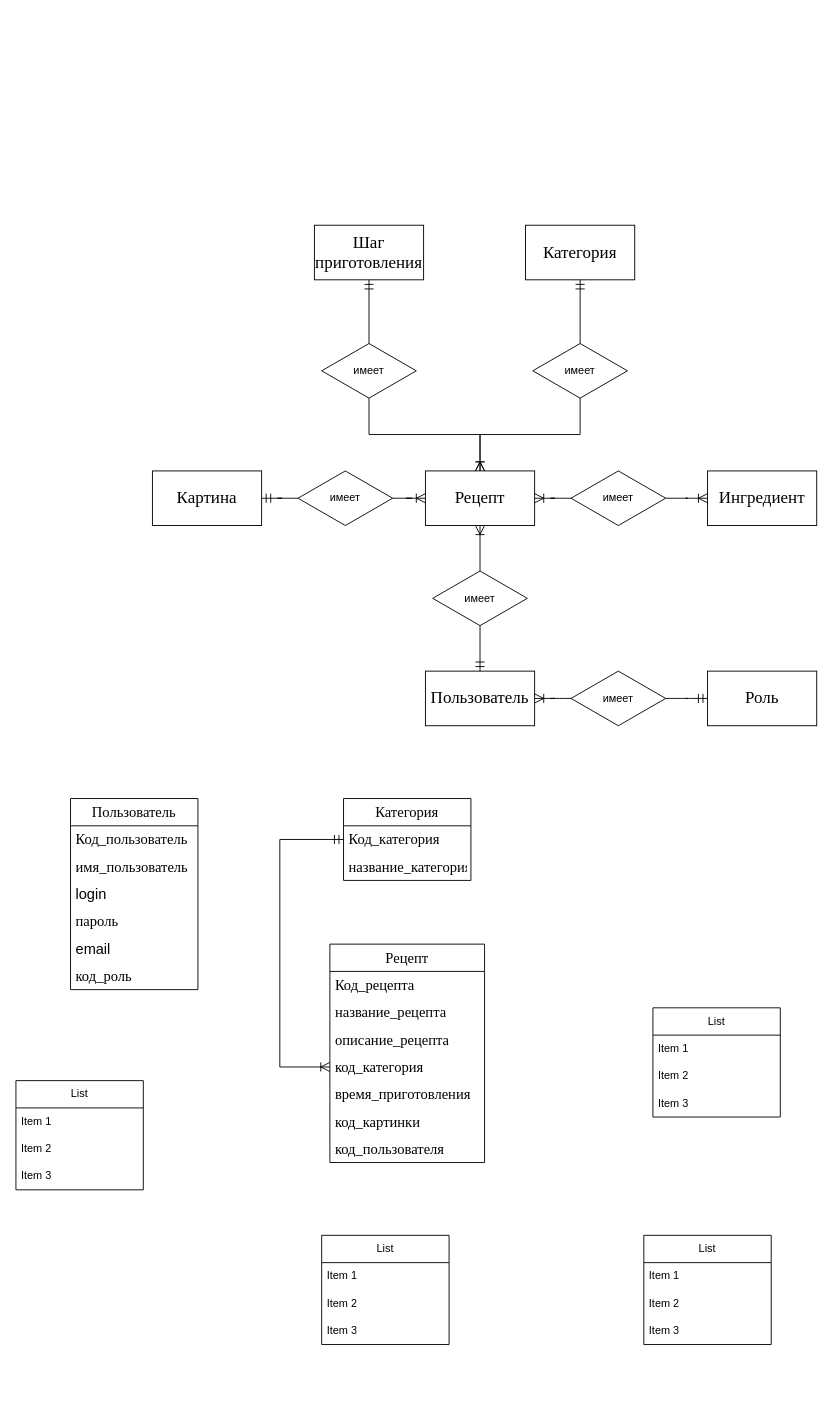
This is модель.drawio from AlenaRaays/CulnryBookUP, a draw.io file, before an edit. Source tidied: cells renumbered, new cells numbered last; positions are measured from the earlier drawing's top-left corner, leaving out a move shared by most shapes. Both pictures are drawn from the tidied source at 91%, with x=0, y=0 at pixel (15, 225).
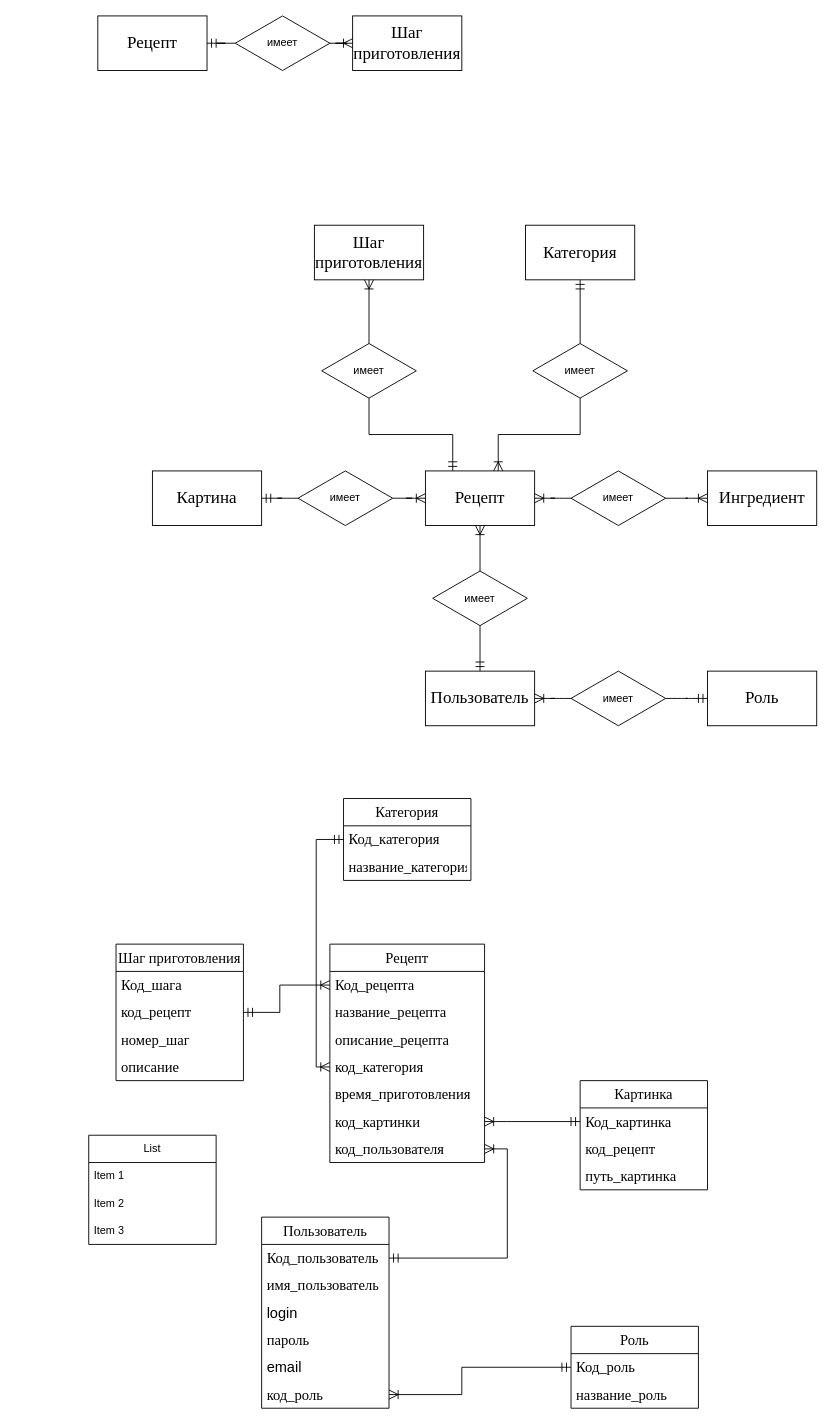
The same diagram, later.

The change refers to these unchanged cells:
```xml
<mxCell id="7" value="&lt;font face=&quot;Times New Roman, serif&quot;&gt;&lt;span style=&quot;font-size: 18.6667px;&quot;&gt;Рецепт&lt;/span&gt;&lt;/font&gt;" style="rounded=0;whiteSpace=wrap;html=1;" parent="1" vertex="1">
  <mxGeometry x="450" y="270" width="120" height="60" as="geometry" />
</mxCell>
<mxCell id="19" value="имеет" style="rhombus;whiteSpace=wrap;html=1;" parent="1" vertex="1">
  <mxGeometry x="336" y="130" width="104" height="60" as="geometry" />
</mxCell>
<mxCell id="20" value="&lt;font face=&quot;Times New Roman, serif&quot;&gt;&lt;span style=&quot;font-size: 18.6667px;&quot;&gt;Шаг приготовления&lt;/span&gt;&lt;/font&gt;" style="rounded=0;whiteSpace=wrap;html=1;" parent="1" vertex="1">
  <mxGeometry x="328" width="120" height="60" as="geometry" />
</mxCell>
<mxCell id="24" value="имеет" style="rhombus;whiteSpace=wrap;html=1;" parent="1" vertex="1">
  <mxGeometry x="568" y="130" width="104" height="60" as="geometry" />
</mxCell>
<mxCell id="29" value="&lt;span style=&quot;font-size:12.0pt;font-family:&amp;quot;Times New Roman&amp;quot;,serif;&lt;br/&gt;mso-fareast-font-family:Calibri;mso-fareast-theme-font:minor-latin;mso-bidi-theme-font:&lt;br/&gt;minor-bidi;mso-ansi-language:RU;mso-fareast-language:EN-US;mso-bidi-language:&lt;br/&gt;AR-SA&quot;&gt;Код_рецепта&lt;/span&gt;" style="text;strokeColor=none;fillColor=none;align=left;verticalAlign=middle;spacingLeft=4;spacingRight=4;overflow=hidden;points=[[0,0.5],[1,0.5]];portConstraint=eastwest;whiteSpace=wrap;html=1;" parent="28" vertex="1">
  <mxGeometry y="30" width="170" height="30" as="geometry" />
</mxCell>
<mxCell id="32" value="&lt;span style=&quot;font-size:12.0pt;font-family:&amp;quot;Times New Roman&amp;quot;,serif;&lt;br/&gt;mso-fareast-font-family:Calibri;mso-fareast-theme-font:minor-latin;mso-bidi-theme-font:&lt;br/&gt;minor-bidi;mso-ansi-language:RU;mso-fareast-language:EN-US;mso-bidi-language:&lt;br/&gt;AR-SA&quot;&gt;код_категория&lt;/span&gt;" style="text;strokeColor=none;fillColor=none;align=left;verticalAlign=middle;spacingLeft=4;spacingRight=4;overflow=hidden;points=[[0,0.5],[1,0.5]];portConstraint=eastwest;whiteSpace=wrap;html=1;" parent="28" vertex="1">
  <mxGeometry y="120" width="170" height="30" as="geometry" />
</mxCell>
<mxCell id="34" value="&lt;span style=&quot;font-size:12.0pt;font-family:&amp;quot;Times New Roman&amp;quot;,serif;&lt;br/&gt;mso-fareast-font-family:Calibri;mso-fareast-theme-font:minor-latin;mso-bidi-theme-font:&lt;br/&gt;minor-bidi;mso-ansi-language:RU;mso-fareast-language:EN-US;mso-bidi-language:&lt;br/&gt;AR-SA&quot;&gt;код_картинки&lt;/span&gt;" style="text;strokeColor=none;fillColor=none;align=left;verticalAlign=middle;spacingLeft=4;spacingRight=4;overflow=hidden;points=[[0,0.5],[1,0.5]];portConstraint=eastwest;whiteSpace=wrap;html=1;" parent="28" vertex="1">
  <mxGeometry y="180" width="170" height="30" as="geometry" />
</mxCell>
<mxCell id="35" value="&lt;span style=&quot;font-size:12.0pt;font-family:&amp;quot;Times New Roman&amp;quot;,serif;&lt;br/&gt;mso-fareast-font-family:Calibri;mso-fareast-theme-font:minor-latin;mso-bidi-theme-font:&lt;br/&gt;minor-bidi;mso-ansi-language:RU;mso-fareast-language:EN-US;mso-bidi-language:&lt;br/&gt;AR-SA&quot;&gt;код_пользователя&lt;/span&gt;" style="text;strokeColor=none;fillColor=none;align=left;verticalAlign=middle;spacingLeft=4;spacingRight=4;overflow=hidden;points=[[0,0.5],[1,0.5]];portConstraint=eastwest;whiteSpace=wrap;html=1;" parent="28" vertex="1">
  <mxGeometry y="210" width="170" height="30" as="geometry" />
</mxCell>
<mxCell id="37" value="&lt;span style=&quot;font-size:12.0pt;font-family:&amp;quot;Times New Roman&amp;quot;,serif;&lt;br/&gt;mso-fareast-font-family:Calibri;mso-fareast-theme-font:minor-latin;mso-bidi-theme-font:&lt;br/&gt;minor-bidi;mso-ansi-language:RU;mso-fareast-language:EN-US;mso-bidi-language:&lt;br/&gt;AR-SA&quot;&gt;Код_категория&lt;/span&gt;" style="text;strokeColor=none;fillColor=none;align=left;verticalAlign=middle;spacingLeft=4;spacingRight=4;overflow=hidden;points=[[0,0.5],[1,0.5]];portConstraint=eastwest;whiteSpace=wrap;html=1;" parent="36" vertex="1">
  <mxGeometry y="30" width="140" height="30" as="geometry" />
</mxCell>
<mxCell id="44" value="&lt;span style=&quot;font-size:12.0pt;font-family:&amp;quot;Times New Roman&amp;quot;,serif;&lt;br/&gt;mso-fareast-font-family:Calibri;mso-fareast-theme-font:minor-latin;mso-bidi-theme-font:&lt;br/&gt;minor-bidi;mso-ansi-language:RU;mso-fareast-language:EN-US;mso-bidi-language:&lt;br/&gt;AR-SA&quot;&gt;Код_пользователь&lt;/span&gt;" style="text;strokeColor=none;fillColor=none;align=left;verticalAlign=middle;spacingLeft=4;spacingRight=4;overflow=hidden;points=[[0,0.5],[1,0.5]];portConstraint=eastwest;whiteSpace=wrap;html=1;" parent="43" vertex="1">
  <mxGeometry y="30" width="140" height="30" as="geometry" />
</mxCell>
<mxCell id="49" value="&lt;span style=&quot;font-size:12.0pt;font-family:&amp;quot;Times New Roman&amp;quot;,serif;&lt;br/&gt;mso-fareast-font-family:&amp;quot;Yu Mincho&amp;quot;;mso-fareast-theme-font:minor-fareast;&lt;br/&gt;mso-bidi-theme-font:minor-bidi;mso-ansi-language:RU;mso-fareast-language:JA;&lt;br/&gt;mso-bidi-language:AR-SA&quot;&gt;код_роль&lt;/span&gt;" style="text;strokeColor=none;fillColor=none;align=left;verticalAlign=middle;spacingLeft=4;spacingRight=4;overflow=hidden;points=[[0,0.5],[1,0.5]];portConstraint=eastwest;whiteSpace=wrap;html=1;" parent="43" vertex="1">
  <mxGeometry y="180" width="140" height="30" as="geometry" />
</mxCell>
```

What changed in the source:
```diff
@@
-    <mxCell id="21" style="fontSize=12;html=1;endArrow=ERoneToMany;rounded=0;startSize=8;endSize=8;entryX=0.5;entryY=0;entryDx=0;entryDy=0;exitX=0.5;exitY=1;exitDx=0;exitDy=0;edgeStyle=orthogonalEdgeStyle;" parent="1" edge="1" source="19" target="7">
-      <mxGeometry relative="1" as="geometry" />
+    <mxCell id="21" style="fontSize=12;html=1;endArrow=ERmandOne;rounded=0;startSize=8;endSize=8;exitX=0.5;exitY=1;exitDx=0;exitDy=0;edgeStyle=orthogonalEdgeStyle;endFill=0;" parent="1" edge="1" source="19" target="7">
+      <mxGeometry relative="1" as="geometry">
+        <Array as="points">
+          <mxPoint x="388" y="230" />
+          <mxPoint x="480" y="230" />
+        </Array>
+      </mxGeometry>
     </mxCell>
@@
-    <mxCell id="23" style="fontSize=12;html=1;endArrow=ERmandOne;rounded=0;startSize=8;endSize=8;entryX=0.5;entryY=1;entryDx=0;entryDy=0;exitX=0.5;exitY=0;exitDx=0;exitDy=0;" parent="1" edge="1" source="19" target="20">
+    <mxCell id="23" style="fontSize=12;html=1;endArrow=ERoneToMany;rounded=0;startSize=8;endSize=8;entryX=0.5;entryY=1;entryDx=0;entryDy=0;exitX=0.5;exitY=0;exitDx=0;exitDy=0;endFill=0;" parent="1" edge="1" source="19" target="20">
       <mxGeometry relative="1" as="geometry" />
     </mxCell>
@@
-    <mxCell id="26" style="fontSize=12;html=1;endArrow=ERoneToMany;rounded=0;startSize=8;endSize=8;entryX=0.5;entryY=0;entryDx=0;entryDy=0;exitX=0.5;exitY=1;exitDx=0;exitDy=0;edgeStyle=orthogonalEdgeStyle;" parent="1" edge="1" source="24" target="7">
-      <mxGeometry relative="1" as="geometry" />
+    <mxCell id="26" style="fontSize=12;html=1;endArrow=ERoneToMany;rounded=0;startSize=8;endSize=8;exitX=0.5;exitY=1;exitDx=0;exitDy=0;edgeStyle=orthogonalEdgeStyle;" parent="1" edge="1" source="24" target="7">
+      <mxGeometry relative="1" as="geometry">
+        <Array as="points">
+          <mxPoint x="620" y="230" />
+          <mxPoint x="530" y="230" />
+        </Array>
+      </mxGeometry>
     </mxCell>
@@
-    <mxCell id="39" value="List" style="swimlane;fontStyle=0;horizontal=1;startSize=30;whiteSpace=wrap;html=1;" parent="1" vertex="1">
-      <mxGeometry y="940" width="140" height="120" as="geometry" />
+    <mxCell id="39" value="&lt;span style=&quot;font-size:12.0pt;font-family:&amp;quot;Times New Roman&amp;quot;,serif;&lt;br/&gt;mso-fareast-font-family:Calibri;mso-fareast-theme-font:minor-latin;mso-bidi-theme-font:&lt;br/&gt;minor-bidi;mso-ansi-language:RU;mso-fareast-language:EN-US;mso-bidi-language:&lt;br/&gt;AR-SA&quot;&gt;Шаг приготовления&lt;/span&gt;" style="swimlane;fontStyle=0;horizontal=1;startSize=30;whiteSpace=wrap;html=1;" parent="1" vertex="1">
+      <mxGeometry x="110" y="790" width="140" height="150" as="geometry" />
     </mxCell>
-    <mxCell id="40" value="Item 1" style="text;strokeColor=none;fillColor=none;align=left;verticalAlign=middle;spacingLeft=4;spacingRight=4;overflow=hidden;whiteSpace=wrap;html=1;" parent="39" vertex="1">
+    <mxCell id="40" value="&lt;span style=&quot;font-size:12.0pt;font-family:&amp;quot;Times New Roman&amp;quot;,serif;&lt;br/&gt;mso-fareast-font-family:Calibri;mso-fareast-theme-font:minor-latin;mso-bidi-theme-font:&lt;br/&gt;minor-bidi;mso-ansi-language:RU;mso-fareast-language:EN-US;mso-bidi-language:&lt;br/&gt;AR-SA&quot;&gt;Код_шага&lt;/span&gt;" style="text;strokeColor=none;fillColor=none;align=left;verticalAlign=middle;spacingLeft=4;spacingRight=4;overflow=hidden;whiteSpace=wrap;html=1;" parent="39" vertex="1">
       <mxGeometry y="30" width="140" height="30" as="geometry" />
     </mxCell>
-    <mxCell id="41" value="Item 2" style="text;strokeColor=none;fillColor=none;align=left;verticalAlign=middle;spacingLeft=4;spacingRight=4;overflow=hidden;points=[[0,0.5],[1,0.5]];portConstraint=eastwest;whiteSpace=wrap;html=1;" parent="39" vertex="1">
+    <mxCell id="41" value="&lt;span style=&quot;font-size:12.0pt;font-family:&amp;quot;Times New Roman&amp;quot;,serif;&lt;br/&gt;mso-fareast-font-family:Calibri;mso-fareast-theme-font:minor-latin;mso-bidi-theme-font:&lt;br/&gt;minor-bidi;mso-ansi-language:RU;mso-fareast-language:EN-US;mso-bidi-language:&lt;br/&gt;AR-SA&quot;&gt;код_рецепт&lt;/span&gt;" style="text;strokeColor=none;fillColor=none;align=left;verticalAlign=middle;spacingLeft=4;spacingRight=4;overflow=hidden;points=[[0,0.5],[1,0.5]];portConstraint=eastwest;whiteSpace=wrap;html=1;" parent="39" vertex="1">
       <mxGeometry y="60" width="140" height="30" as="geometry" />
     </mxCell>
-    <mxCell id="42" value="Item 3" style="text;strokeColor=none;fillColor=none;align=left;verticalAlign=middle;spacingLeft=4;spacingRight=4;overflow=hidden;whiteSpace=wrap;html=1;" parent="39" vertex="1">
+    <mxCell id="42" value="&lt;span style=&quot;font-size:12.0pt;font-family:&amp;quot;Times New Roman&amp;quot;,serif;&lt;br/&gt;mso-fareast-font-family:Calibri;mso-fareast-theme-font:minor-latin;mso-bidi-theme-font:&lt;br/&gt;minor-bidi;mso-ansi-language:RU;mso-fareast-language:EN-US;mso-bidi-language:&lt;br/&gt;AR-SA&quot;&gt;номер_шаг&lt;/span&gt;" style="text;strokeColor=none;fillColor=none;align=left;verticalAlign=middle;spacingLeft=4;spacingRight=4;overflow=hidden;whiteSpace=wrap;html=1;" parent="39" vertex="1">
       <mxGeometry y="90" width="140" height="30" as="geometry" />
     </mxCell>
+    <mxCell id="63" value="&lt;span style=&quot;font-size:12.0pt;font-family:&amp;quot;Times New Roman&amp;quot;,serif;&lt;br/&gt;mso-fareast-font-family:Calibri;mso-fareast-theme-font:minor-latin;mso-bidi-theme-font:&lt;br/&gt;minor-bidi;mso-ansi-language:RU;mso-fareast-language:EN-US;mso-bidi-language:&lt;br/&gt;AR-SA&quot;&gt;описание&lt;/span&gt;" style="text;strokeColor=none;fillColor=none;align=left;verticalAlign=middle;spacingLeft=4;spacingRight=4;overflow=hidden;whiteSpace=wrap;html=1;" parent="39" vertex="1">
+      <mxGeometry y="120" width="140" height="30" as="geometry" />
+    </mxCell>
     <mxCell id="43" value="&lt;span style=&quot;font-size:12.0pt;font-family:&amp;quot;Times New Roman&amp;quot;,serif;&lt;br/&gt;mso-fareast-font-family:Calibri;mso-fareast-theme-font:minor-latin;mso-bidi-theme-font:&lt;br/&gt;minor-bidi;mso-ansi-language:RU;mso-fareast-language:EN-US;mso-bidi-language:&lt;br/&gt;AR-SA&quot;&gt;Пользователь&lt;/span&gt;" style="swimlane;fontStyle=0;horizontal=1;startSize=30;whiteSpace=wrap;html=1;" parent="1" vertex="1">
-      <mxGeometry x="60" y="630" width="140" height="210" as="geometry" />
+      <mxGeometry x="270" y="1090" width="140" height="210" as="geometry" />
     </mxCell>
@@
-    <mxCell id="50" value="List" style="swimlane;fontStyle=0;horizontal=1;startSize=30;whiteSpace=wrap;html=1;" parent="1" vertex="1">
-      <mxGeometry x="700" y="860" width="140" height="120" as="geometry" />
+    <mxCell id="50" value="&lt;span style=&quot;font-size:12.0pt;font-family:&amp;quot;Times New Roman&amp;quot;,serif;&lt;br/&gt;mso-fareast-font-family:Calibri;mso-fareast-theme-font:minor-latin;mso-bidi-theme-font:&lt;br/&gt;minor-bidi;mso-ansi-language:RU;mso-fareast-language:EN-US;mso-bidi-language:&lt;br/&gt;AR-SA&quot;&gt;Картинка&lt;/span&gt;" style="swimlane;fontStyle=0;horizontal=1;startSize=30;whiteSpace=wrap;html=1;" parent="1" vertex="1">
+      <mxGeometry x="620" y="940" width="140" height="120" as="geometry" />
     </mxCell>
-    <mxCell id="51" value="Item 1" style="text;strokeColor=none;fillColor=none;align=left;verticalAlign=middle;spacingLeft=4;spacingRight=4;overflow=hidden;points=[[0,0.5],[1,0.5]];portConstraint=eastwest;whiteSpace=wrap;html=1;" parent="50" vertex="1">
+    <mxCell id="51" value="&lt;span style=&quot;font-size:12.0pt;font-family:&amp;quot;Times New Roman&amp;quot;,serif;&lt;br/&gt;mso-fareast-font-family:Calibri;mso-fareast-theme-font:minor-latin;mso-bidi-theme-font:&lt;br/&gt;minor-bidi;mso-ansi-language:RU;mso-fareast-language:EN-US;mso-bidi-language:&lt;br/&gt;AR-SA&quot;&gt;Код_картинка&lt;/span&gt;" style="text;strokeColor=none;fillColor=none;align=left;verticalAlign=middle;spacingLeft=4;spacingRight=4;overflow=hidden;points=[[0,0.5],[1,0.5]];portConstraint=eastwest;whiteSpace=wrap;html=1;" parent="50" vertex="1">
       <mxGeometry y="30" width="140" height="30" as="geometry" />
     </mxCell>
-    <mxCell id="52" value="Item 2" style="text;strokeColor=none;fillColor=none;align=left;verticalAlign=middle;spacingLeft=4;spacingRight=4;overflow=hidden;whiteSpace=wrap;html=1;" parent="50" vertex="1">
+    <mxCell id="52" value="&lt;span style=&quot;font-size:12.0pt;font-family:&amp;quot;Times New Roman&amp;quot;,serif;&lt;br/&gt;mso-fareast-font-family:Calibri;mso-fareast-theme-font:minor-latin;mso-bidi-theme-font:&lt;br/&gt;minor-bidi;mso-ansi-language:RU;mso-fareast-language:EN-US;mso-bidi-language:&lt;br/&gt;AR-SA&quot;&gt;код_рецепт&lt;/span&gt;" style="text;strokeColor=none;fillColor=none;align=left;verticalAlign=middle;spacingLeft=4;spacingRight=4;overflow=hidden;whiteSpace=wrap;html=1;" parent="50" vertex="1">
       <mxGeometry y="60" width="140" height="30" as="geometry" />
     </mxCell>
-    <mxCell id="53" value="Item 3" style="text;strokeColor=none;fillColor=none;align=left;verticalAlign=middle;spacingLeft=4;spacingRight=4;overflow=hidden;whiteSpace=wrap;html=1;" parent="50" vertex="1">
+    <mxCell id="53" value="&lt;span style=&quot;font-size:12.0pt;font-family:&amp;quot;Times New Roman&amp;quot;,serif;&lt;br/&gt;mso-fareast-font-family:Calibri;mso-fareast-theme-font:minor-latin;mso-bidi-theme-font:&lt;br/&gt;minor-bidi;mso-ansi-language:RU;mso-fareast-language:EN-US;mso-bidi-language:&lt;br/&gt;AR-SA&quot;&gt;путь_картинка&lt;/span&gt;" style="text;strokeColor=none;fillColor=none;align=left;verticalAlign=middle;spacingLeft=4;spacingRight=4;overflow=hidden;whiteSpace=wrap;html=1;" parent="50" vertex="1">
       <mxGeometry y="90" width="140" height="30" as="geometry" />
     </mxCell>
     <mxCell id="54" value="List" style="swimlane;fontStyle=0;horizontal=1;startSize=30;whiteSpace=wrap;html=1;" parent="1" vertex="1">
-      <mxGeometry x="336" y="1110" width="140" height="120" as="geometry" />
+      <mxGeometry x="80" y="1000" width="140" height="120" as="geometry" />
     </mxCell>
@@
-    <mxCell id="58" value="List" style="swimlane;fontStyle=0;horizontal=1;startSize=30;whiteSpace=wrap;html=1;" parent="1" vertex="1">
-      <mxGeometry x="690" y="1110" width="140" height="120" as="geometry" />
+    <mxCell id="58" value="&lt;span style=&quot;font-size:12.0pt;font-family:&amp;quot;Times New Roman&amp;quot;,serif;&lt;br/&gt;mso-fareast-font-family:Calibri;mso-fareast-theme-font:minor-latin;mso-bidi-theme-font:&lt;br/&gt;minor-bidi;mso-ansi-language:RU;mso-fareast-language:EN-US;mso-bidi-language:&lt;br/&gt;AR-SA&quot;&gt;Роль&lt;/span&gt;" style="swimlane;fontStyle=0;horizontal=1;startSize=30;whiteSpace=wrap;html=1;" parent="1" vertex="1">
+      <mxGeometry x="610" y="1210" width="140" height="90" as="geometry" />
     </mxCell>
-    <mxCell id="59" value="Item 1" style="text;strokeColor=none;fillColor=none;align=left;verticalAlign=middle;spacingLeft=4;spacingRight=4;overflow=hidden;points=[[0,0.5],[1,0.5]];portConstraint=eastwest;whiteSpace=wrap;html=1;" parent="58" vertex="1">
+    <mxCell id="59" value="&lt;span style=&quot;font-size:12.0pt;font-family:&amp;quot;Times New Roman&amp;quot;,serif;&lt;br/&gt;mso-fareast-font-family:Calibri;mso-fareast-theme-font:minor-latin;mso-bidi-theme-font:&lt;br/&gt;minor-bidi;mso-ansi-language:RU;mso-fareast-language:EN-US;mso-bidi-language:&lt;br/&gt;AR-SA&quot;&gt;Код_роль&lt;/span&gt;" style="text;strokeColor=none;fillColor=none;align=left;verticalAlign=middle;spacingLeft=4;spacingRight=4;overflow=hidden;points=[[0,0.5],[1,0.5]];portConstraint=eastwest;whiteSpace=wrap;html=1;" parent="58" vertex="1">
       <mxGeometry y="30" width="140" height="30" as="geometry" />
     </mxCell>
-    <mxCell id="60" value="Item 2" style="text;strokeColor=none;fillColor=none;align=left;verticalAlign=middle;spacingLeft=4;spacingRight=4;overflow=hidden;whiteSpace=wrap;html=1;" parent="58" vertex="1">
+    <mxCell id="60" value="&lt;span style=&quot;font-size:12.0pt;font-family:&amp;quot;Times New Roman&amp;quot;,serif;&lt;br/&gt;mso-fareast-font-family:Calibri;mso-fareast-theme-font:minor-latin;mso-bidi-theme-font:&lt;br/&gt;minor-bidi;mso-ansi-language:RU;mso-fareast-language:EN-US;mso-bidi-language:&lt;br/&gt;AR-SA&quot;&gt;название_роль&lt;/span&gt;" style="text;strokeColor=none;fillColor=none;align=left;verticalAlign=middle;spacingLeft=4;spacingRight=4;overflow=hidden;whiteSpace=wrap;html=1;" parent="58" vertex="1">
       <mxGeometry y="60" width="140" height="30" as="geometry" />
     </mxCell>
-    <mxCell id="61" value="Item 3" style="text;strokeColor=none;fillColor=none;align=left;verticalAlign=middle;spacingLeft=4;spacingRight=4;overflow=hidden;whiteSpace=wrap;html=1;" parent="58" vertex="1">
-      <mxGeometry y="90" width="140" height="30" as="geometry" />
-    </mxCell>
     <mxCell id="62" style="edgeStyle=orthogonalEdgeStyle;fontSize=12;html=1;endArrow=ERoneToMany;startArrow=ERmandOne;rounded=0;startSize=8;endSize=8;entryX=0;entryY=0.5;entryDx=0;entryDy=0;exitX=0;exitY=0.5;exitDx=0;exitDy=0;" parent="1" edge="1" source="37" target="32">
       <mxGeometry relative="1" as="geometry">
         <Array as="points">
-          <mxPoint x="290" y="675" />
-          <mxPoint x="290" y="925" />
+          <mxPoint x="330" y="675" />
+          <mxPoint x="330" y="925" />
         </Array>
       </mxGeometry>
     </mxCell>
+    <mxCell id="64" style="edgeStyle=orthogonalEdgeStyle;fontSize=12;html=1;endArrow=ERoneToMany;startArrow=ERmandOne;rounded=0;startSize=8;endSize=8;exitX=1;exitY=0.5;exitDx=0;exitDy=0;entryX=1;entryY=0.5;entryDx=0;entryDy=0;" parent="1" edge="1" source="44" target="35">
+      <mxGeometry relative="1" as="geometry">
+        <Array as="points">
+          <mxPoint x="540" y="1135" />
+          <mxPoint x="540" y="1015" />
+        </Array>
+      </mxGeometry>
+    </mxCell>
+    <mxCell id="65" style="edgeStyle=orthogonalEdgeStyle;fontSize=12;html=1;endArrow=ERoneToMany;startArrow=ERmandOne;rounded=0;startSize=8;endSize=8;exitX=0;exitY=0.5;exitDx=0;exitDy=0;entryX=1;entryY=0.5;entryDx=0;entryDy=0;" parent="1" edge="1" source="59" target="49">
+      <mxGeometry relative="1" as="geometry">
+        <Array as="points">
+          <mxPoint x="490" y="1255" />
+          <mxPoint x="490" y="1285" />
+        </Array>
+      </mxGeometry>
+    </mxCell>
+    <mxCell id="66" style="edgeStyle=orthogonalEdgeStyle;fontSize=12;html=1;endArrow=ERoneToMany;startArrow=ERmandOne;rounded=0;startSize=8;endSize=8;exitX=0;exitY=0.5;exitDx=0;exitDy=0;entryX=1;entryY=0.5;entryDx=0;entryDy=0;" parent="1" edge="1" source="51" target="34">
+      <mxGeometry relative="1" as="geometry">
+        <Array as="points">
+          <mxPoint x="540" y="985" />
+          <mxPoint x="540" y="985" />
+        </Array>
+      </mxGeometry>
+    </mxCell>
+    <mxCell id="67" style="edgeStyle=orthogonalEdgeStyle;fontSize=12;html=1;endArrow=ERoneToMany;startArrow=ERmandOne;rounded=0;startSize=8;endSize=8;exitX=1;exitY=0.5;exitDx=0;exitDy=0;entryX=0;entryY=0.5;entryDx=0;entryDy=0;" parent="1" edge="1" source="41" target="29">
+      <mxGeometry relative="1" as="geometry">
+        <Array as="points">
+          <mxPoint x="290" y="865" />
+          <mxPoint x="290" y="835" />
+        </Array>
+      </mxGeometry>
+    </mxCell>
+    <mxCell id="68" value="&lt;span style=&quot;font-family: &amp;quot;Times New Roman&amp;quot;, serif; font-size: 18.6667px;&quot;&gt;Шаг приготовления&lt;/span&gt;" style="rounded=0;whiteSpace=wrap;html=1;" parent="1" vertex="1">
+      <mxGeometry x="370" y="-230" width="120" height="60" as="geometry" />
+    </mxCell>
+    <mxCell id="69" value="&lt;span style=&quot;font-family: &amp;quot;Times New Roman&amp;quot;, serif; font-size: 18.6667px;&quot;&gt;Рецепт&lt;/span&gt;" style="rounded=0;whiteSpace=wrap;html=1;" parent="1" vertex="1">
+      <mxGeometry x="90" y="-230" width="120" height="60" as="geometry" />
+    </mxCell>
+    <mxCell id="70" value="имеет" style="rhombus;whiteSpace=wrap;html=1;" parent="1" vertex="1">
+      <mxGeometry x="241" y="-230" width="104" height="60" as="geometry" />
+    </mxCell>
+    <mxCell id="71" style="edgeStyle=entityRelationEdgeStyle;fontSize=12;html=1;endArrow=ERoneToMany;rounded=0;startSize=8;endSize=8;curved=1;entryX=0;entryY=0.5;entryDx=0;entryDy=0;exitX=1;exitY=0.5;exitDx=0;exitDy=0;" parent="1" edge="1" source="70" target="68">
+      <mxGeometry relative="1" as="geometry" />
+    </mxCell>
+    <mxCell id="72" style="edgeStyle=entityRelationEdgeStyle;fontSize=12;html=1;endArrow=ERmandOne;rounded=0;startSize=8;endSize=8;curved=1;entryX=1;entryY=0.5;entryDx=0;entryDy=0;exitX=0;exitY=0.5;exitDx=0;exitDy=0;" parent="1" edge="1" source="70" target="69">
+      <mxGeometry relative="1" as="geometry" />
+    </mxCell>
```
